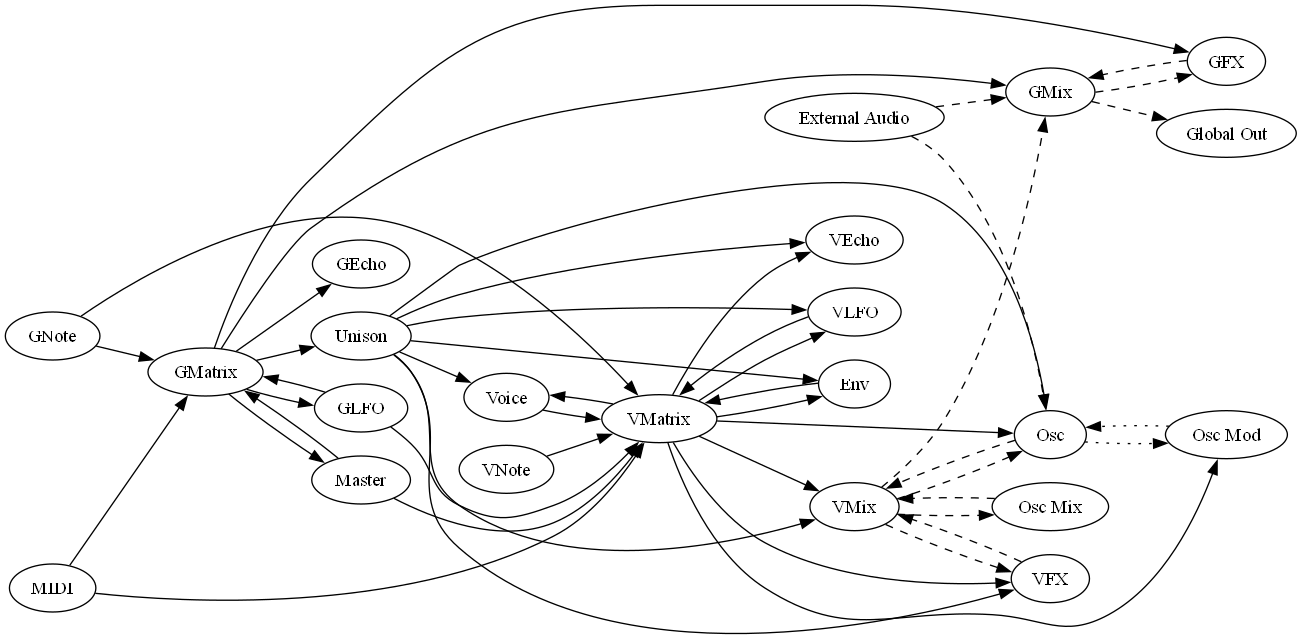
sjoerdvankreel/firefly-synth-2 keeps this Graphviz diagram as static/routing_diagram.png. Above is the earlier version. Its source is kept beside it as static/routing_diagram.dot.
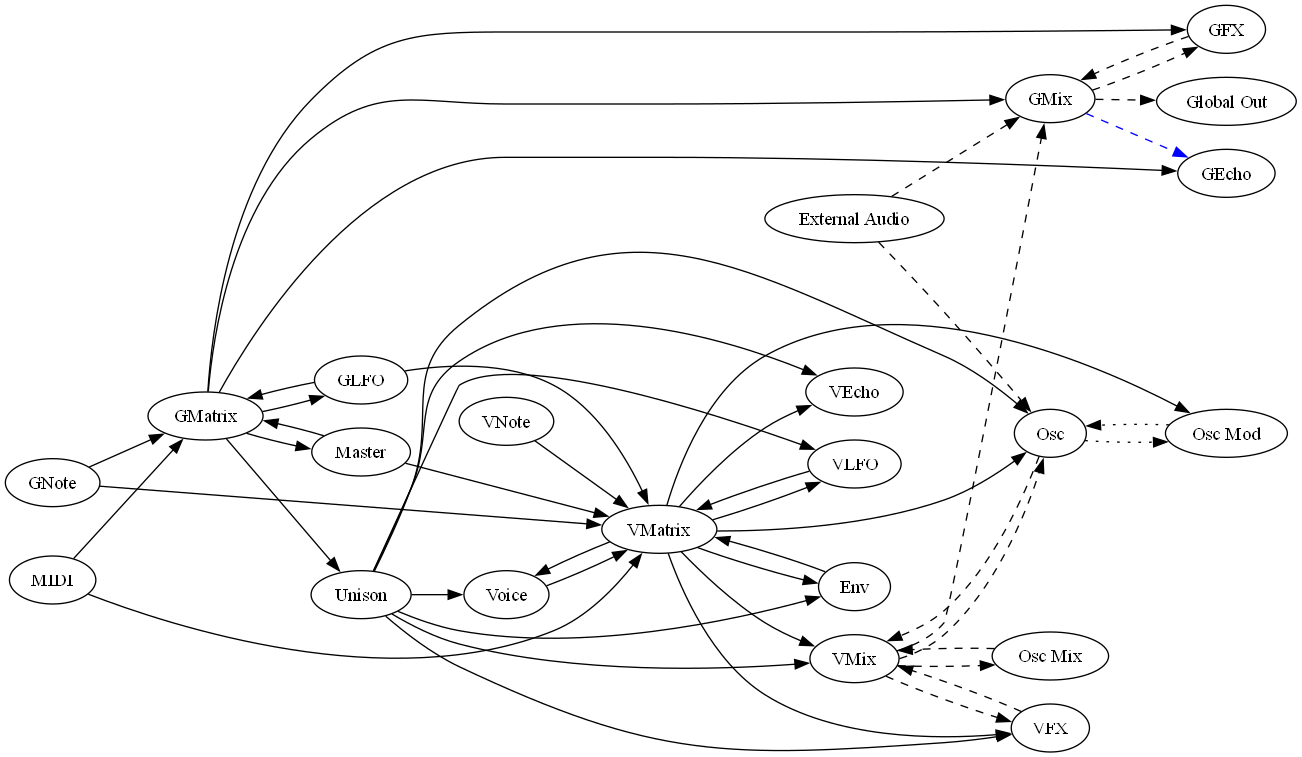
After the change.

Diff of the diagram source:
```diff
@@ -79,4 +79,9 @@
   "GFX" -> "GMix" [style = "dashed"]
   "GMix" -> "GFX" [style = "dashed"]
   "GMix" -> "Global Out" [style = "dashed"]
+
+  "GFX" -> "GEcho" [style = "dashed"][color = "#0000FF"]
+  "GMix" -> "GEcho" [style = "dashed"][color = "#0000FF"]
+  "VMix" -> "GEcho" [style = "dashed"][color = "#0000FF"]
+  "External Audio" -> "GEcho" [style = "dashed"][color = "#0000FF"]
 }
```
